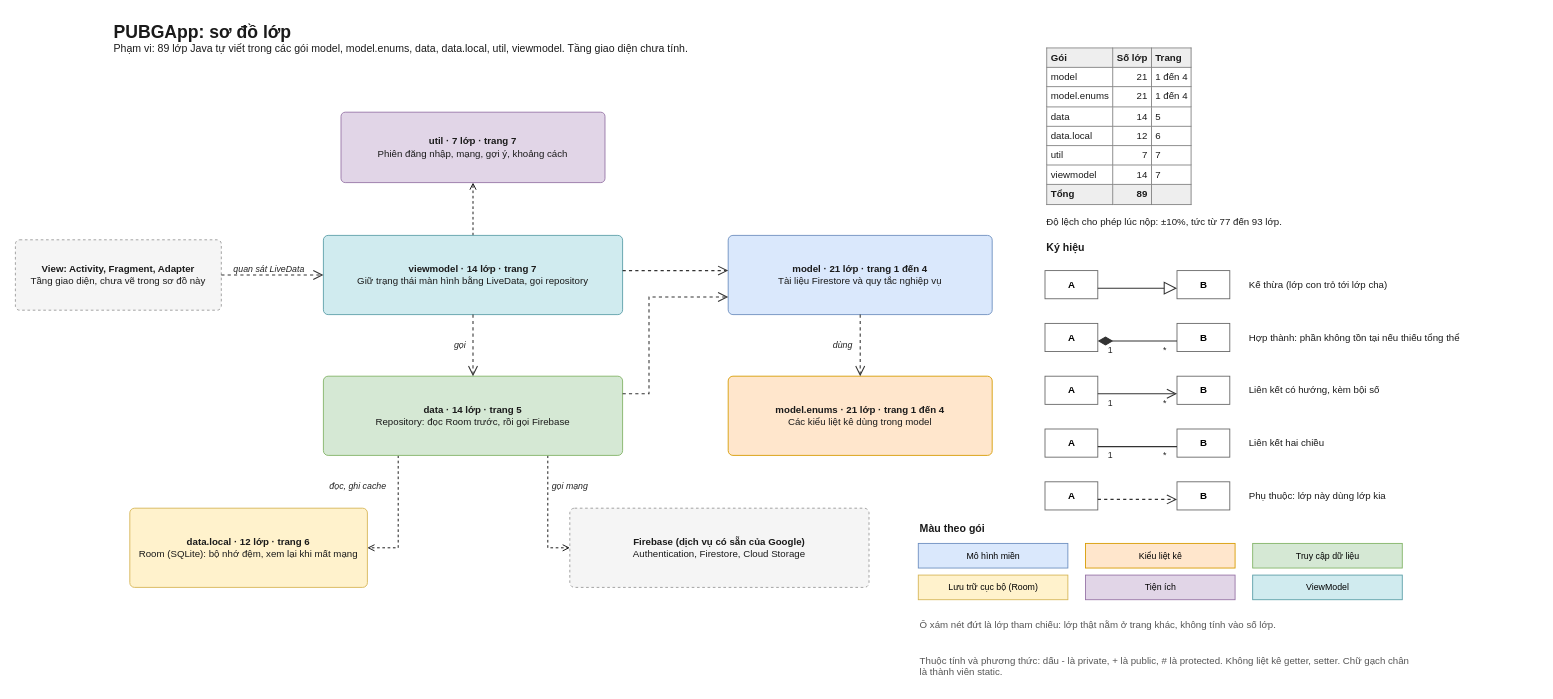
This is page "0. Tổng quan" (1 of 8) of workflow/docs/diagrams/so-do-lop/class-diagram.drawio from tahpnart8/NHOM3-MobileApp, a draw.io file, before an edit. Source tidied: cells renumbered, new cells numbered last; positions are measured from the earlier drawing's top-left corner, leaving out a move shared by most shapes. Both pictures are drawn from the tidied source at 88%, with x=0, y=0 at pixel (15, 15).
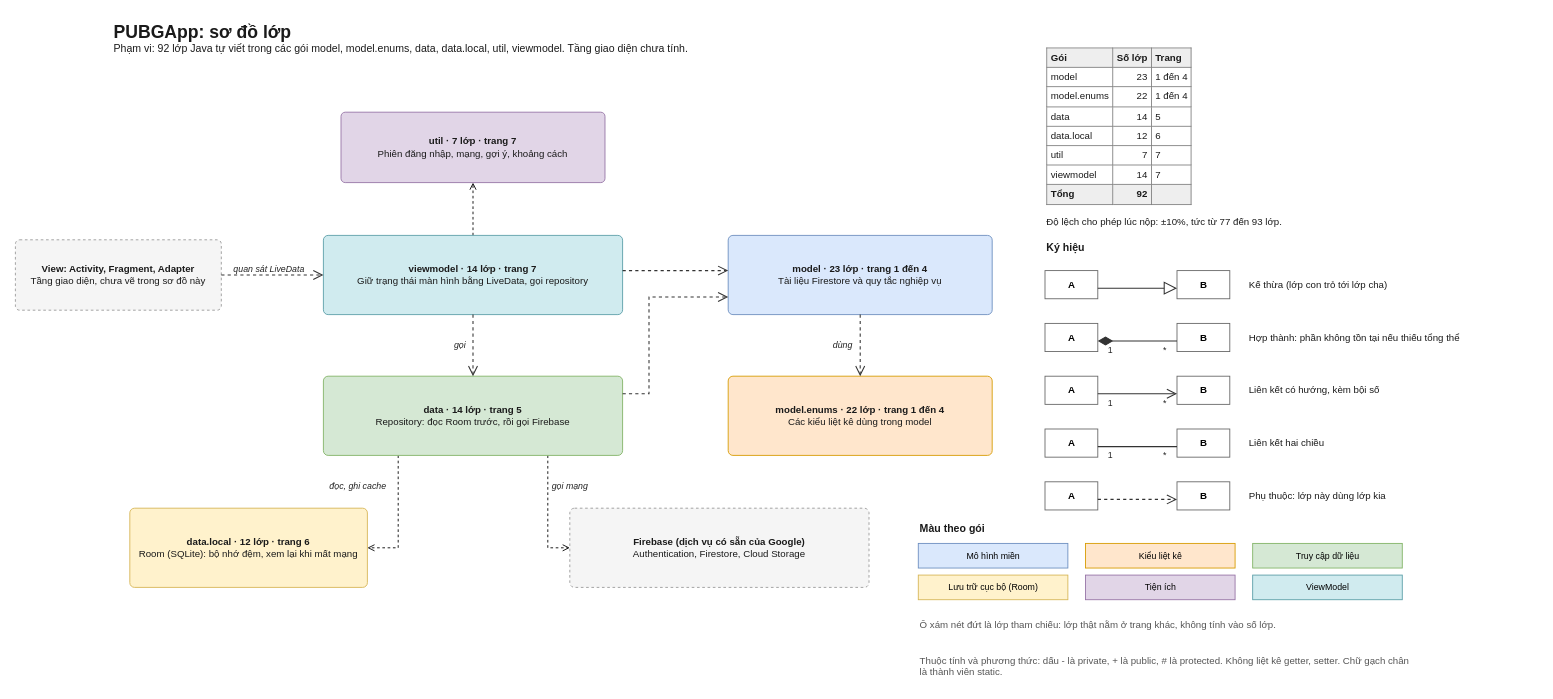
After the change.

The edit, as a diff of the source:
```diff
@@
-    <mxCell id="10" value="&lt;b&gt;model  ·  21 lớp  ·  trang 1 đến 4&lt;/b&gt;&lt;br&gt;Tài liệu Firestore và quy tắc nghiệp vụ" style="rounded=1;arcSize=6;whiteSpace=wrap;html=1;fillColor=#DAE8FC;strokeColor=#6C8EBF;fontSize=11;fontFamily=Helvetica;fontColor=#1A1A1A;verticalAlign=middle;align=center;" parent="1" vertex="1">
+    <mxCell id="10" value="&lt;b&gt;model  ·  23 lớp  ·  trang 1 đến 4&lt;/b&gt;&lt;br&gt;Tài liệu Firestore và quy tắc nghiệp vụ" style="rounded=1;arcSize=6;whiteSpace=wrap;html=1;fillColor=#DAE8FC;strokeColor=#6C8EBF;fontSize=11;fontFamily=Helvetica;fontColor=#1A1A1A;verticalAlign=middle;align=center;" parent="1" vertex="1">
       <mxGeometry x="810" y="250" width="300" height="90" as="geometry" />
     </mxCell>
-    <mxCell id="11" value="&lt;b&gt;model.enums  ·  21 lớp  ·  trang 1 đến 4&lt;/b&gt;&lt;br&gt;Các kiểu liệt kê dùng trong model" style="rounded=1;arcSize=6;whiteSpace=wrap;html=1;fillColor=#FFE6CC;strokeColor=#D79B00;fontSize=11;fontFamily=Helvetica;fontColor=#1A1A1A;verticalAlign=middle;align=center;" parent="1" vertex="1">
+    <mxCell id="11" value="&lt;b&gt;model.enums  ·  22 lớp  ·  trang 1 đến 4&lt;/b&gt;&lt;br&gt;Các kiểu liệt kê dùng trong model" style="rounded=1;arcSize=6;whiteSpace=wrap;html=1;fillColor=#FFE6CC;strokeColor=#D79B00;fontSize=11;fontFamily=Helvetica;fontColor=#1A1A1A;verticalAlign=middle;align=center;" parent="1" vertex="1">
       <mxGeometry x="810" y="410" width="300" height="90" as="geometry" />
     </mxCell>
@@
-    <mxCell id="23" value="&lt;b style=&quot;font-size:20px&quot;&gt;PUBGApp: sơ đồ lớp&lt;/b&gt;&lt;br&gt;Phạm vi: 89 lớp Java tự viết trong các gói model, model.enums, data, data.local, util, viewmodel. Tầng giao diện chưa tính." style="text;html=1;whiteSpace=wrap;align=left;verticalAlign=top;fontSize=12;fontFamily=Helvetica;fontColor=#1A1A1A;" parent="1" vertex="1">
+    <mxCell id="23" value="&lt;b style=&quot;font-size:20px&quot;&gt;PUBGApp: sơ đồ lớp&lt;/b&gt;&lt;br&gt;Phạm vi: 92 lớp Java tự viết trong các gói model, model.enums, data, data.local, util, viewmodel. Tầng giao diện chưa tính." style="text;html=1;whiteSpace=wrap;align=left;verticalAlign=top;fontSize=12;fontFamily=Helvetica;fontColor=#1A1A1A;" parent="1" vertex="1">
       <mxGeometry x="110" width="1000" height="60" as="geometry" />
     </mxCell>
-    <mxCell id="24" value="&lt;table border=&quot;1&quot; cellpadding=&quot;4&quot; style=&quot;border-collapse:collapse;font-size:11px;&quot;&gt;&lt;tr style=&quot;background:#EEEEEE&quot;&gt;&lt;th&gt;Gói&lt;/th&gt;&lt;th&gt;Số lớp&lt;/th&gt;&lt;th&gt;Trang&lt;/th&gt;&lt;/tr&gt;&lt;tr&gt;&lt;td&gt;model&lt;/td&gt;&lt;td align=&quot;right&quot;&gt;21&lt;/td&gt;&lt;td&gt;1 đến 4&lt;/td&gt;&lt;/tr&gt;&lt;tr&gt;&lt;td&gt;model.enums&lt;/td&gt;&lt;td align=&quot;right&quot;&gt;21&lt;/td&gt;&lt;td&gt;1 đến 4&lt;/td&gt;&lt;/tr&gt;&lt;tr&gt;&lt;td&gt;data&lt;/td&gt;&lt;td align=&quot;right&quot;&gt;14&lt;/td&gt;&lt;td&gt;5&lt;/td&gt;&lt;/tr&gt;&lt;tr&gt;&lt;td&gt;data.local&lt;/td&gt;&lt;td align=&quot;right&quot;&gt;12&lt;/td&gt;&lt;td&gt;6&lt;/td&gt;&lt;/tr&gt;&lt;tr&gt;&lt;td&gt;util&lt;/td&gt;&lt;td align=&quot;right&quot;&gt;7&lt;/td&gt;&lt;td&gt;7&lt;/td&gt;&lt;/tr&gt;&lt;tr&gt;&lt;td&gt;viewmodel&lt;/td&gt;&lt;td align=&quot;right&quot;&gt;14&lt;/td&gt;&lt;td&gt;7&lt;/td&gt;&lt;/tr&gt;&lt;tr style=&quot;background:#EEEEEE&quot;&gt;&lt;td&gt;&lt;b&gt;Tổng&lt;/b&gt;&lt;/td&gt;&lt;td align=&quot;right&quot;&gt;&lt;b&gt;89&lt;/b&gt;&lt;/td&gt;&lt;td&gt;&lt;/td&gt;&lt;/tr&gt;&lt;/table&gt;&lt;br&gt;Độ lệch cho phép lúc nộp: ±10%, tức từ 77 đến 93 lớp." style="text;html=1;whiteSpace=wrap;align=left;verticalAlign=top;fontSize=11;fontFamily=Helvetica;fontColor=#1A1A1A;" parent="1" vertex="1">
+    <mxCell id="24" value="&lt;table border=&quot;1&quot; cellpadding=&quot;4&quot; style=&quot;border-collapse:collapse;font-size:11px;&quot;&gt;&lt;tr style=&quot;background:#EEEEEE&quot;&gt;&lt;th&gt;Gói&lt;/th&gt;&lt;th&gt;Số lớp&lt;/th&gt;&lt;th&gt;Trang&lt;/th&gt;&lt;/tr&gt;&lt;tr&gt;&lt;td&gt;model&lt;/td&gt;&lt;td align=&quot;right&quot;&gt;23&lt;/td&gt;&lt;td&gt;1 đến 4&lt;/td&gt;&lt;/tr&gt;&lt;tr&gt;&lt;td&gt;model.enums&lt;/td&gt;&lt;td align=&quot;right&quot;&gt;22&lt;/td&gt;&lt;td&gt;1 đến 4&lt;/td&gt;&lt;/tr&gt;&lt;tr&gt;&lt;td&gt;data&lt;/td&gt;&lt;td align=&quot;right&quot;&gt;14&lt;/td&gt;&lt;td&gt;5&lt;/td&gt;&lt;/tr&gt;&lt;tr&gt;&lt;td&gt;data.local&lt;/td&gt;&lt;td align=&quot;right&quot;&gt;12&lt;/td&gt;&lt;td&gt;6&lt;/td&gt;&lt;/tr&gt;&lt;tr&gt;&lt;td&gt;util&lt;/td&gt;&lt;td align=&quot;right&quot;&gt;7&lt;/td&gt;&lt;td&gt;7&lt;/td&gt;&lt;/tr&gt;&lt;tr&gt;&lt;td&gt;viewmodel&lt;/td&gt;&lt;td align=&quot;right&quot;&gt;14&lt;/td&gt;&lt;td&gt;7&lt;/td&gt;&lt;/tr&gt;&lt;tr style=&quot;background:#EEEEEE&quot;&gt;&lt;td&gt;&lt;b&gt;Tổng&lt;/b&gt;&lt;/td&gt;&lt;td align=&quot;right&quot;&gt;&lt;b&gt;92&lt;/b&gt;&lt;/td&gt;&lt;td&gt;&lt;/td&gt;&lt;/tr&gt;&lt;/table&gt;&lt;br&gt;Độ lệch cho phép lúc nộp: ±10%, tức từ 77 đến 93 lớp." style="text;html=1;whiteSpace=wrap;align=left;verticalAlign=top;fontSize=11;fontFamily=Helvetica;fontColor=#1A1A1A;" parent="1" vertex="1">
       <mxGeometry x="1170" y="30" width="380" height="240" as="geometry" />
     </mxCell>
```
